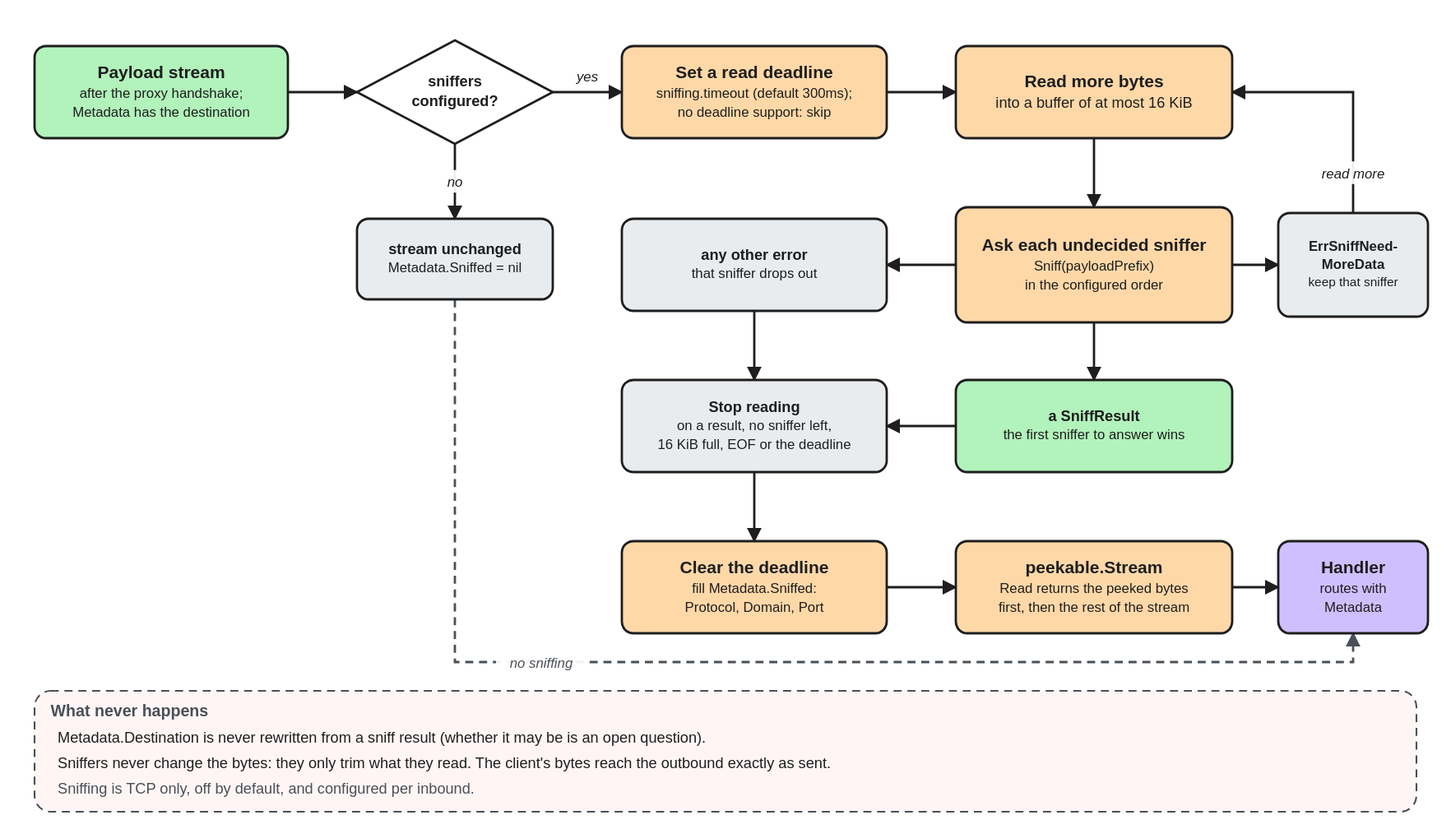
Before: docs/assets/diagrams/sniffing-flow.excalidraw.svg, a diagram exported from Excalidraw (we-apranik/apranik). Source tidied: one line per element, renumbered; positions are measured from the earlier drawing's top-left corner, leaving out a move shared by most shapes.
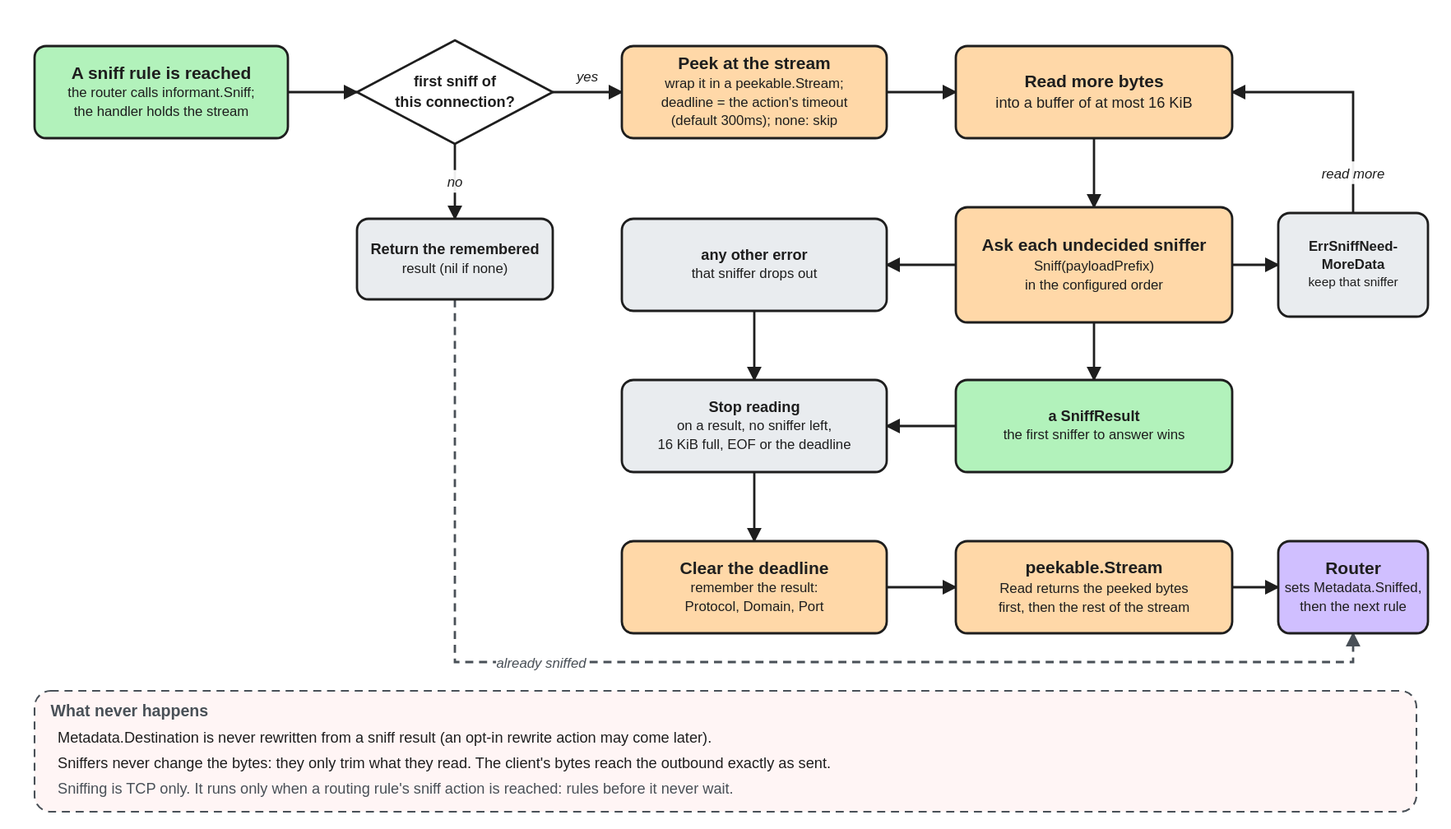
Above is the later version.

Commit message:
Redraw the sniffing flow around the sniff action

Diff of the diagram source:
```diff
@@ -1,13 +1,13 @@
 {"id": 0, "type": "rectangle", "strokeColor": "#495057", "backgroundColor": "#fff5f5", "fillStyle": "solid", "strokeWidth": 1, "strokeStyle": "dashed", "roughness": 0, "round": true, "x": 0, "y": 565, "width": 1200, "height": 105}
 {"id": 1, "type": "text", "text": "What never happens", "strokeColor": "#495057", "strokeWidth": 2, "roughness": 0, "fontSize": 14, "fontFamily": 2, "verticalAlign": "middle", "x": 14, "y": 573, "width": 1172, "height": 18}
 {"id": 2, "type": "rectangle", "strokeColor": "#1e1e1e", "backgroundColor": "#b2f2bb", "fillStyle": "solid", "strokeWidth": 2, "roughness": 0, "round": true, "x": 0, "y": 5, "width": 220, "height": 80}
-{"id": 3, "type": "text", "text": "Payload stream\nafter the proxy handshake;\nMetadata has the destination", "strokeColor": "#1e1e1e", "strokeWidth": 2, "roughness": 0, "fontSize": 12, "fontFamily": 2, "textAlign": "center", "verticalAlign": "middle", "inside": 2, "x": 0, "y": 5, "width": 220, "height": 45}
+{"id": 3, "type": "text", "text": "A sniff rule is reached\nthe router calls informant.Sniff;\nthe handler holds the stream", "strokeColor": "#1e1e1e", "strokeWidth": 2, "roughness": 0, "fontSize": 12, "fontFamily": 2, "textAlign": "center", "verticalAlign": "middle", "inside": 2, "x": 0, "y": 5, "width": 220, "height": 45}
 {"id": 4, "type": "diamond", "strokeColor": "#1e1e1e", "backgroundColor": "#ffffff", "fillStyle": "solid", "strokeWidth": 2, "roughness": 0, "x": 280, "y": 0, "width": 170, "height": 90}
-{"id": 5, "type": "text", "text": "sniffers\nconfigured?", "strokeColor": "#1e1e1e", "strokeWidth": 2, "roughness": 0, "fontSize": 13, "fontFamily": 2, "textAlign": "center", "verticalAlign": "middle", "inside": 4, "x": 280, "y": 0, "width": 170, "height": 32}
+{"id": 5, "type": "text", "text": "first sniff of\nthis connection?", "strokeColor": "#1e1e1e", "strokeWidth": 2, "roughness": 0, "fontSize": 13, "fontFamily": 2, "textAlign": "center", "verticalAlign": "middle", "inside": 4, "x": 280, "y": 0, "width": 170, "height": 32}
 {"id": 6, "type": "rectangle", "strokeColor": "#1e1e1e", "backgroundColor": "#e9ecef", "fillStyle": "solid", "strokeWidth": 2, "roughness": 0, "round": true, "x": 280, "y": 155, "width": 170, "height": 70}
-{"id": 7, "type": "text", "text": "stream unchanged\nMetadata.Sniffed = nil", "strokeColor": "#1e1e1e", "strokeWidth": 2, "roughness": 0, "fontSize": 12, "fontFamily": 2, "textAlign": "center", "verticalAlign": "middle", "inside": 6, "x": 280, "y": 155, "width": 170, "height": 30}
+{"id": 7, "type": "text", "text": "Return the remembered\nresult (nil if none)", "strokeColor": "#1e1e1e", "strokeWidth": 2, "roughness": 0, "fontSize": 12, "fontFamily": 2, "textAlign": "center", "verticalAlign": "middle", "inside": 6, "x": 280, "y": 155, "width": 170, "height": 30}
 {"id": 8, "type": "rectangle", "strokeColor": "#1e1e1e", "backgroundColor": "#ffd8a8", "fillStyle": "solid", "strokeWidth": 2, "roughness": 0, "round": true, "x": 510, "y": 5, "width": 230, "height": 80}
-{"id": 9, "type": "text", "text": "Set a read deadline\nsniffing.timeout (default 300ms);\nno deadline support: skip", "strokeColor": "#1e1e1e", "strokeWidth": 2, "roughness": 0, "fontSize": 12, "fontFamily": 2, "textAlign": "center", "verticalAlign": "middle", "inside": 8, "x": 510, "y": 5, "width": 230, "height": 45}
+{"id": 9, "type": "text", "text": "Peek at the stream\nwrap it in a peekable.Stream;\ndeadline = the action's timeout\n(default 300ms); none: skip", "strokeColor": "#1e1e1e", "strokeWidth": 2, "roughness": 0, "fontSize": 12, "fontFamily": 2, "textAlign": "center", "verticalAlign": "middle", "inside": 8, "x": 510, "y": 5, "width": 230, "height": 60}
 {"id": 10, "type": "rectangle", "strokeColor": "#1e1e1e", "backgroundColor": "#ffd8a8", "fillStyle": "solid", "strokeWidth": 2, "roughness": 0, "round": true, "x": 800, "y": 5, "width": 240, "height": 80}
 {"id": 11, "type": "text", "text": "Read more bytes\ninto a buffer of at most 16 KiB", "strokeColor": "#1e1e1e", "strokeWidth": 2, "roughness": 0, "fontSize": 13, "fontFamily": 2, "textAlign": "center", "verticalAlign": "middle", "inside": 10, "x": 800, "y": 5, "width": 240, "height": 32}
 {"id": 12, "type": "rectangle", "strokeColor": "#1e1e1e", "backgroundColor": "#ffd8a8", "fillStyle": "solid", "strokeWidth": 2, "roughness": 0, "round": true, "x": 800, "y": 145, "width": 240, "height": 100}
@@ -21,11 +21,11 @@
 {"id": 20, "type": "rectangle", "strokeColor": "#1e1e1e", "backgroundColor": "#e9ecef", "fillStyle": "solid", "strokeWidth": 2, "roughness": 0, "round": true, "x": 510, "y": 295, "width": 230, "height": 80}
 {"id": 21, "type": "text", "text": "Stop reading\non a result, no sniffer left,\n16 KiB full, EOF or the deadline", "strokeColor": "#1e1e1e", "strokeWidth": 2, "roughness": 0, "fontSize": 12, "fontFamily": 2, "textAlign": "center", "verticalAlign": "middle", "inside": 20, "x": 510, "y": 295, "width": 230, "height": 45}
 {"id": 22, "type": "rectangle", "strokeColor": "#1e1e1e", "backgroundColor": "#ffd8a8", "fillStyle": "solid", "strokeWidth": 2, "roughness": 0, "round": true, "x": 510, "y": 435, "width": 230, "height": 80}
-{"id": 23, "type": "text", "text": "Clear the deadline\nfill Metadata.Sniffed:\nProtocol, Domain, Port", "strokeColor": "#1e1e1e", "strokeWidth": 2, "roughness": 0, "fontSize": 12, "fontFamily": 2, "textAlign": "center", "verticalAlign": "middle", "inside": 22, "x": 510, "y": 435, "width": 230, "height": 45}
+{"id": 23, "type": "text", "text": "Clear the deadline\nremember the result:\nProtocol, Domain, Port", "strokeColor": "#1e1e1e", "strokeWidth": 2, "roughness": 0, "fontSize": 12, "fontFamily": 2, "textAlign": "center", "verticalAlign": "middle", "inside": 22, "x": 510, "y": 435, "width": 230, "height": 45}
 {"id": 24, "type": "rectangle", "strokeColor": "#1e1e1e", "backgroundColor": "#ffd8a8", "fillStyle": "solid", "strokeWidth": 2, "roughness": 0, "round": true, "x": 800, "y": 435, "width": 240, "height": 80}
 {"id": 25, "type": "text", "text": "peekable.Stream\nRead returns the peeked bytes\nfirst, then the rest of the stream", "strokeColor": "#1e1e1e", "strokeWidth": 2, "roughness": 0, "fontSize": 12, "fontFamily": 2, "textAlign": "center", "verticalAlign": "middle", "inside": 24, "x": 800, "y": 435, "width": 240, "height": 45}
 {"id": 26, "type": "rectangle", "strokeColor": "#1e1e1e", "backgroundColor": "#d0bfff", "fillStyle": "solid", "strokeWidth": 2, "roughness": 0, "round": true, "x": 1080, "y": 435, "width": 130, "height": 80}
-{"id": 27, "type": "text", "text": "Handler\nroutes with\nMetadata", "strokeColor": "#1e1e1e", "strokeWidth": 2, "roughness": 0, "fontSize": 12, "fontFamily": 2, "textAlign": "center", "verticalAlign": "middle", "inside": 26, "x": 1080, "y": 435, "width": 130, "height": 45}
+{"id": 27, "type": "text", "text": "Router\nsets Metadata.Sniffed,\nthen the next rule", "strokeColor": "#1e1e1e", "strokeWidth": 2, "roughness": 0, "fontSize": 12, "fontFamily": 2, "textAlign": "center", "verticalAlign": "middle", "inside": 26, "x": 1080, "y": 435, "width": 130, "height": 45}
 {"id": 28, "type": "arrow", "strokeColor": "#1e1e1e", "strokeWidth": 2, "roughness": 0, "endArrowhead": "arrow", "from": 2, "to": 4, "x": 220, "y": 45, "width": 60, "height": 0, "points": [[0, 0], [60, 0]]}
 {"id": 29, "type": "arrow", "strokeColor": "#1e1e1e", "strokeWidth": 2, "roughness": 0, "endArrowhead": "arrow", "from": 4, "to": 6, "x": 365, "y": 90, "width": 0, "height": 65, "points": [[0, 0], [0, 65]]}
 {"id": 30, "type": "text", "text": "no", "strokeColor": "#1e1e1e", "strokeWidth": 2, "roughness": 0, "fontSize": 12, "fontFamily": 2, "textAlign": "center", "verticalAlign": "middle", "x": 354, "y": 114, "width": 22, "height": 15}
@@ -44,7 +44,7 @@
 {"id": 43, "type": "arrow", "strokeColor": "#1e1e1e", "strokeWidth": 2, "roughness": 0, "endArrowhead": "arrow", "from": 22, "to": 24, "x": 740, "y": 475, "width": 60, "height": 0, "points": [[0, 0], [60, 0]]}
 {"id": 44, "type": "arrow", "strokeColor": "#1e1e1e", "strokeWidth": 2, "roughness": 0, "endArrowhead": "arrow", "from": 24, "to": 26, "x": 1040, "y": 475, "width": 40, "height": 0, "points": [[0, 0], [40, 0]]}
 {"id": 45, "type": "arrow", "strokeColor": "#495057", "strokeWidth": 2, "strokeStyle": "dashed", "roughness": 0, "endArrowhead": "arrow", "from": 6, "to": 26, "x": 365, "y": 225, "width": 780, "height": 315, "points": [[0, 0], [0, 315], [780, 315], [780, 290]]}
-{"id": 46, "type": "text", "text": "no sniffing", "strokeColor": "#495057", "strokeWidth": 2, "roughness": 0, "fontSize": 12, "fontFamily": 2, "textAlign": "center", "verticalAlign": "middle", "x": 401, "y": 532, "width": 79, "height": 15}
+{"id": 46, "type": "text", "text": "already sniffed", "strokeColor": "#495057", "strokeWidth": 2, "roughness": 0, "fontSize": 12, "fontFamily": 2, "textAlign": "center", "verticalAlign": "middle", "x": 401, "y": 532, "width": 79, "height": 15}
-{"id": 47, "type": "text", "text": "Metadata.Destination is never rewritten from a sniff result (whether it may be is an open question).", "strokeColor": "#1e1e1e", "strokeWidth": 2, "roughness": 0, "fontSize": 13, "fontFamily": 2, "verticalAlign": "middle", "x": 20, "y": 597, "width": 682, "height": 16}
+{"id": 47, "type": "text", "text": "Metadata.Destination is never rewritten from a sniff result (an opt-in rewrite action may come later).", "strokeColor": "#1e1e1e", "strokeWidth": 2, "roughness": 0, "fontSize": 13, "fontFamily": 2, "verticalAlign": "middle", "x": 20, "y": 597, "width": 682, "height": 16}
 {"id": 48, "type": "text", "text": "Sniffers never change the bytes: they only trim what they read. The client's bytes reach the outbound exactly as sent.", "strokeColor": "#1e1e1e", "strokeWidth": 2, "roughness": 0, "fontSize": 13, "fontFamily": 2, "verticalAlign": "middle", "x": 20, "y": 619, "width": 804, "height": 16}
-{"id": 49, "type": "text", "text": "Sniffing is TCP only, off by default, and configured per inbound.", "strokeColor": "#495057", "strokeWidth": 2, "roughness": 0, "fontSize": 13, "fontFamily": 2, "verticalAlign": "middle", "x": 20, "y": 641, "width": 445, "height": 16}
+{"id": 49, "type": "text", "text": "Sniffing is TCP only. It runs only when a routing rule's sniff action is reached: rules before it never wait.", "strokeColor": "#495057", "strokeWidth": 2, "roughness": 0, "fontSize": 13, "fontFamily": 2, "verticalAlign": "middle", "x": 20, "y": 641, "width": 445, "height": 16}
```
